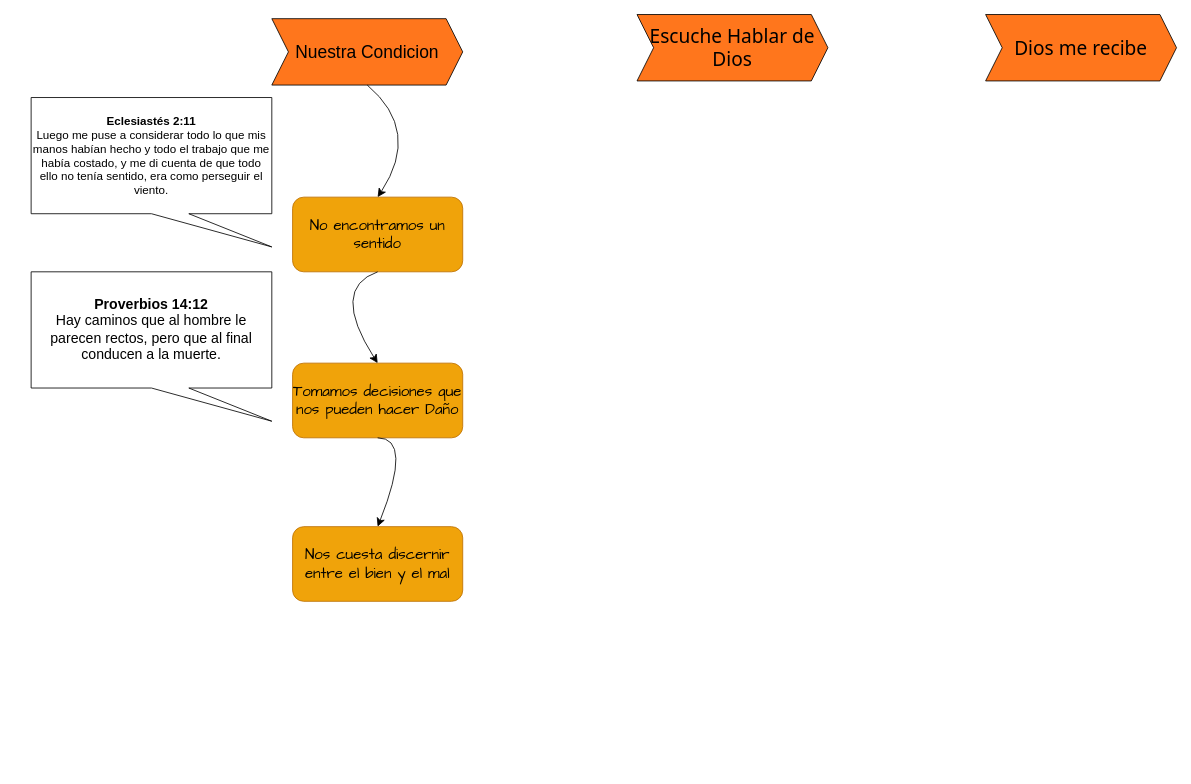
The draw.io diagram Diagrama sin título.drawio in jb-2015/CristoRey, before the edit. Source tidied: cells renumbered, new cells numbered last; positions are measured from the earlier drawing's top-left corner, leaving out a move shared by most shapes. Both pictures are drawn from the tidied source at 83%, with x=0, y=0 at pixel (31, 14).
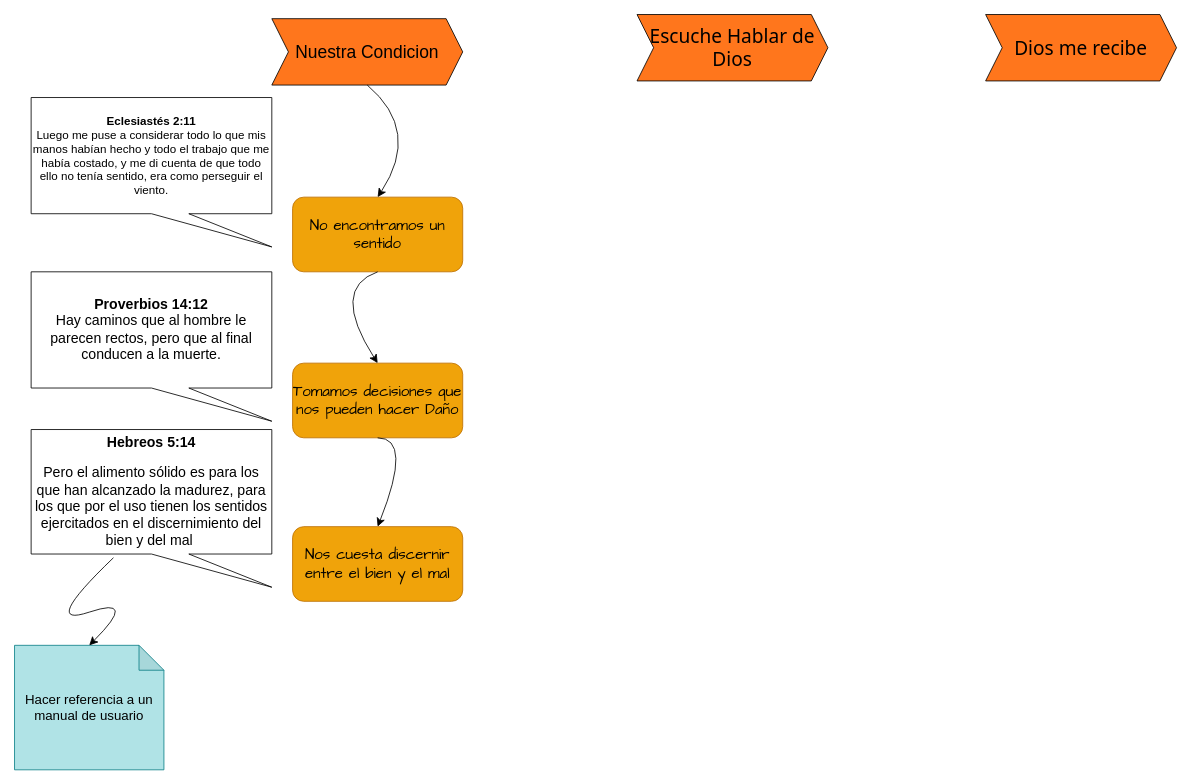
After the change.

The edit, as a diff of the source:
```diff
@@
+    <mxCell id="13" value="&lt;p&gt;&lt;strong&gt;Hebreos 5:14&lt;/strong&gt;&lt;/p&gt;&lt;p&gt;&lt;span style=&quot;background-color: transparent; color: light-dark(rgb(0, 0, 0), rgb(255, 255, 255));&quot;&gt;Pero el alimento sólido es para los que han alcanzado la madurez, para los que por el uso tienen los sentidos ejercitados en el discernimiento del bien y del mal&amp;nbsp;&lt;/span&gt;&lt;/p&gt;" style="shape=callout;whiteSpace=wrap;html=1;perimeter=calloutPerimeter;position2=1;size=40;position=0.5;base=45;fontSize=17;" parent="1" vertex="1">
+      <mxGeometry y="500" width="290" height="190" as="geometry" />
+    </mxCell>
+    <mxCell id="14" value="Hacer referencia a un manual de usuario" style="shape=note;whiteSpace=wrap;html=1;backgroundOutline=1;darkOpacity=0.05;fillColor=#b0e3e6;strokeColor=#0e8088;fontSize=16;" parent="1" vertex="1">
+      <mxGeometry x="-20" y="760" width="180" height="150" as="geometry" />
+    </mxCell>
+    <mxCell id="15" style="curved=1;endArrow=classic;html=1;rounded=0;fontSize=12;startSize=8;endSize=8;exitX=0.342;exitY=0.813;exitDx=0;exitDy=0;exitPerimeter=0;entryX=0.5;entryY=0;entryDx=0;entryDy=0;entryPerimeter=0;" parent="1" edge="1" source="13" target="14">
+      <mxGeometry relative="1" as="geometry">
+        <Array as="points">
+          <mxPoint x="10" y="740" />
+          <mxPoint x="130" y="700" />
+        </Array>
+      </mxGeometry>
+    </mxCell>
```
